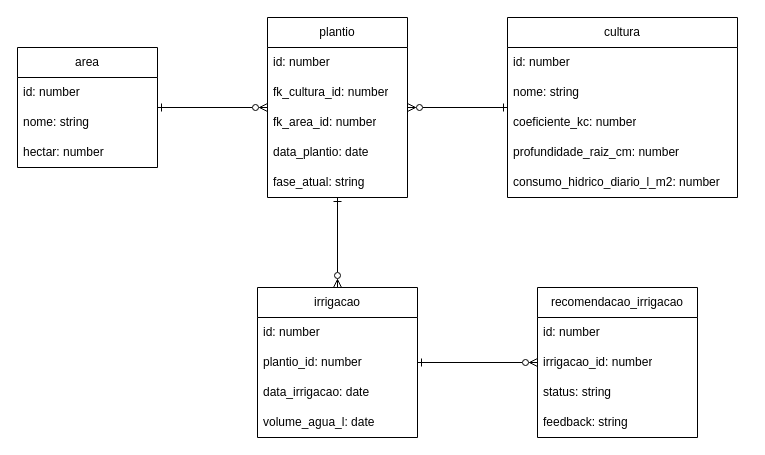
The draw.io diagram src/config/db/diagrama_er.drawio in limadeivisson/fiap_ia_2025_f_2_cap_6_python_and_beyond, before the edit. Source tidied: cells renumbered, new cells numbered last; positions are measured from the earlier drawing's top-left corner, leaving out a move shared by most shapes. Both pictures are drawn from the tidied source at 100%, with x=0, y=0 at pixel (17, 17).
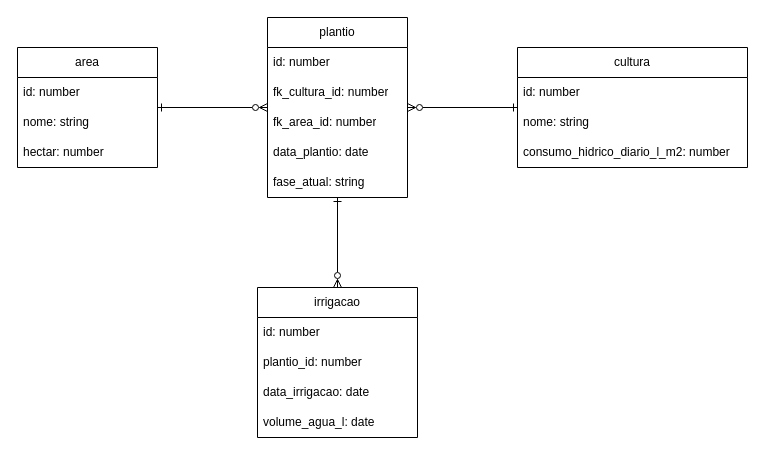
Above is the later version.

Unchanged cells that the change refers to:
```xml
<mxCell id="21" value="irrigacao" style="swimlane;fontStyle=0;horizontal=1;startSize=30;whiteSpace=wrap;html=1;" parent="1" vertex="1">
  <mxGeometry x="240" y="270" width="160" height="150" as="geometry" />
</mxCell>
```

Change to the diagram source:
```diff
@@
     <mxCell id="8" value="cultura" style="swimlane;fontStyle=0;horizontal=1;startSize=30;whiteSpace=wrap;html=1;" parent="1" vertex="1">
-      <mxGeometry x="490" width="230" height="180" as="geometry" />
+      <mxGeometry x="500" y="30" width="230" height="120" as="geometry" />
     </mxCell>
@@
-    <mxCell id="11" value="coeficiente_kc: number" style="text;strokeColor=none;fillColor=none;align=left;verticalAlign=middle;spacingLeft=4;spacingRight=4;overflow=hidden;whiteSpace=wrap;html=1;" parent="8" vertex="1">
-      <mxGeometry y="90" width="230" height="30" as="geometry" />
-    </mxCell>
-    <mxCell id="12" value="profundidade_raiz_cm: number" style="text;strokeColor=none;fillColor=none;align=left;verticalAlign=middle;spacingLeft=4;spacingRight=4;overflow=hidden;whiteSpace=wrap;html=1;" parent="8" vertex="1">
-      <mxGeometry y="120" width="230" height="30" as="geometry" />
-    </mxCell>
     <mxCell id="13" value="consumo_hidrico_diario_l_m2: number" style="text;strokeColor=none;fillColor=none;align=left;verticalAlign=middle;spacingLeft=4;spacingRight=4;overflow=hidden;whiteSpace=wrap;html=1;" parent="8" vertex="1">
-      <mxGeometry y="150" width="230" height="30" as="geometry" />
+      <mxGeometry y="90" width="230" height="30" as="geometry" />
     </mxCell>
@@
-    <mxCell id="26" style="edgeStyle=orthogonalEdgeStyle;rounded=0;jettySize=auto;html=1;startArrow=ERzeroToMany;startFill=0;endArrow=ERone;endFill=0;" parent="1" edge="1" source="27" target="21">
-      <mxGeometry relative="1" as="geometry" />
-    </mxCell>
-    <mxCell id="27" value="recomendacao_irrigacao" style="swimlane;fontStyle=0;horizontal=1;startSize=30;whiteSpace=wrap;html=1;" parent="1" vertex="1">
-      <mxGeometry x="520" y="270" width="160" height="150" as="geometry" />
-    </mxCell>
-    <mxCell id="28" value="id: number" style="text;strokeColor=none;fillColor=none;align=left;verticalAlign=middle;spacingLeft=4;spacingRight=4;overflow=hidden;whiteSpace=wrap;html=1;" parent="27" vertex="1">
-      <mxGeometry y="30" width="160" height="30" as="geometry" />
-    </mxCell>
-    <mxCell id="29" value="irrigacao_id: number" style="text;strokeColor=none;fillColor=none;align=left;verticalAlign=middle;spacingLeft=4;spacingRight=4;overflow=hidden;whiteSpace=wrap;html=1;" parent="27" vertex="1">
-      <mxGeometry y="60" width="160" height="30" as="geometry" />
-    </mxCell>
-    <mxCell id="30" value="status: string" style="text;strokeColor=none;fillColor=none;align=left;verticalAlign=middle;spacingLeft=4;spacingRight=4;overflow=hidden;whiteSpace=wrap;html=1;" parent="27" vertex="1">
-      <mxGeometry y="90" width="160" height="30" as="geometry" />
-    </mxCell>
-    <mxCell id="31" value="feedback: string" style="text;strokeColor=none;fillColor=none;align=left;verticalAlign=middle;spacingLeft=4;spacingRight=4;overflow=hidden;whiteSpace=wrap;html=1;" parent="27" vertex="1">
-      <mxGeometry y="120" width="160" height="30" as="geometry" />
-    </mxCell>
```
